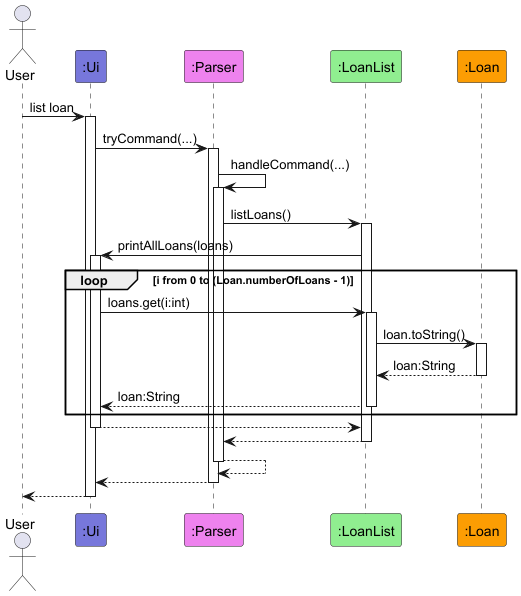
Above: docs/diagrams/loan/ListLoanSequenceDiagram.png in AY2526S1-CS2113-T10-1/tp (PlantUML), before the change.
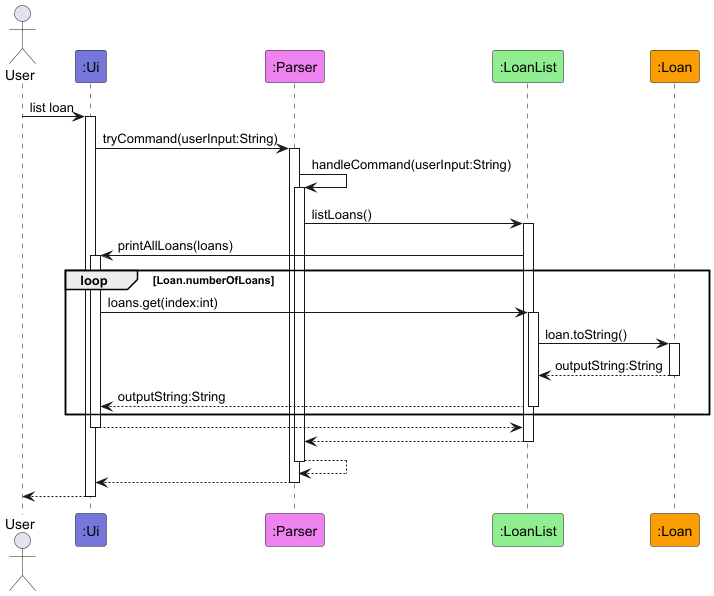
After the commit.

Commit message:
Update Sequence Diagram

The edit, as a diff of the source:
```diff
@@ -10,18 +10,18 @@
 
 User -> Ui ++: list loan
 
-Ui -> Parser ++: tryCommand(...)
+Ui -> Parser ++: tryCommand(userInput:String)
 
-Parser -> Parser ++: handleCommand(...)
+Parser -> Parser ++: handleCommand(userInput:String)
 
 Parser -> LoanList ++: listLoans()
 
 LoanList -> Ui ++: printAllLoans(loans)
-loop i from 0 to (Loan.numberOfLoans - 1)
-    Ui -> LoanList ++: loans.get(i:int)
+loop Loan.numberOfLoans
+    Ui -> LoanList ++: loans.get(index:int)
     LoanList -> Loan ++: loan.toString()
-    return loan:String
-    return loan:String
+    return outputString:String
+    return outputString:String
     end
 
 return
```
